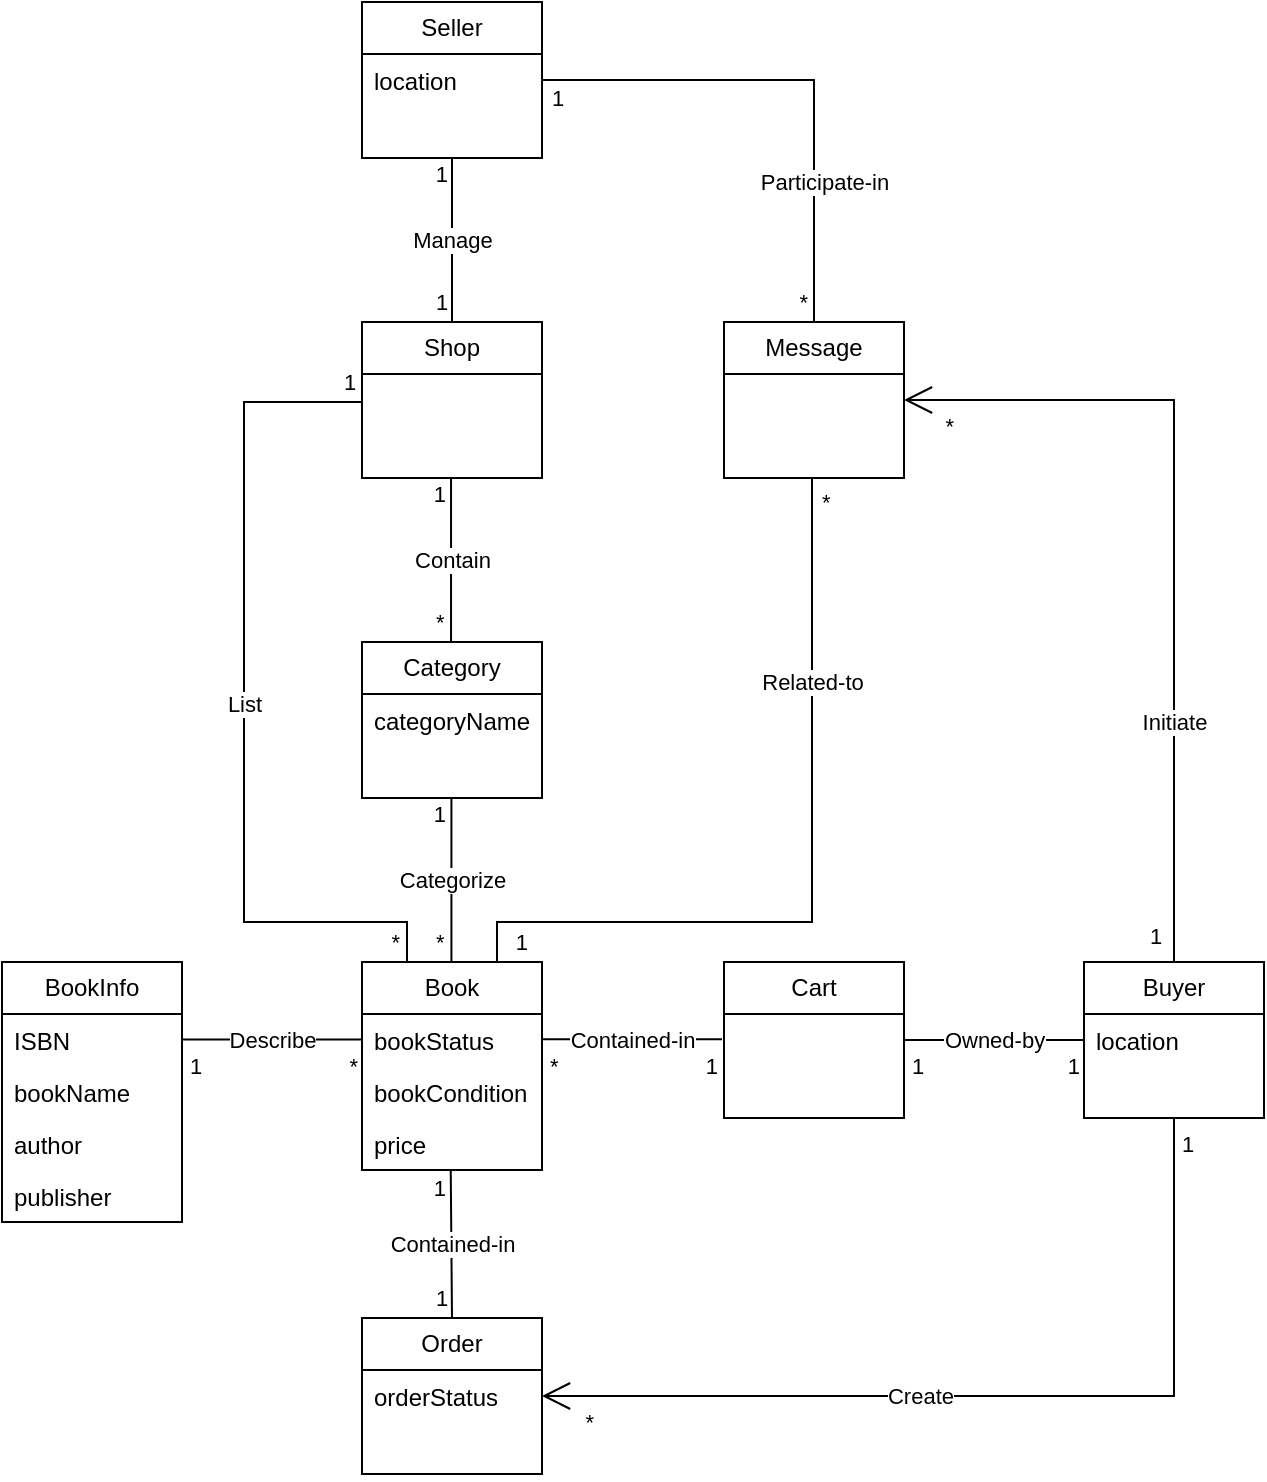
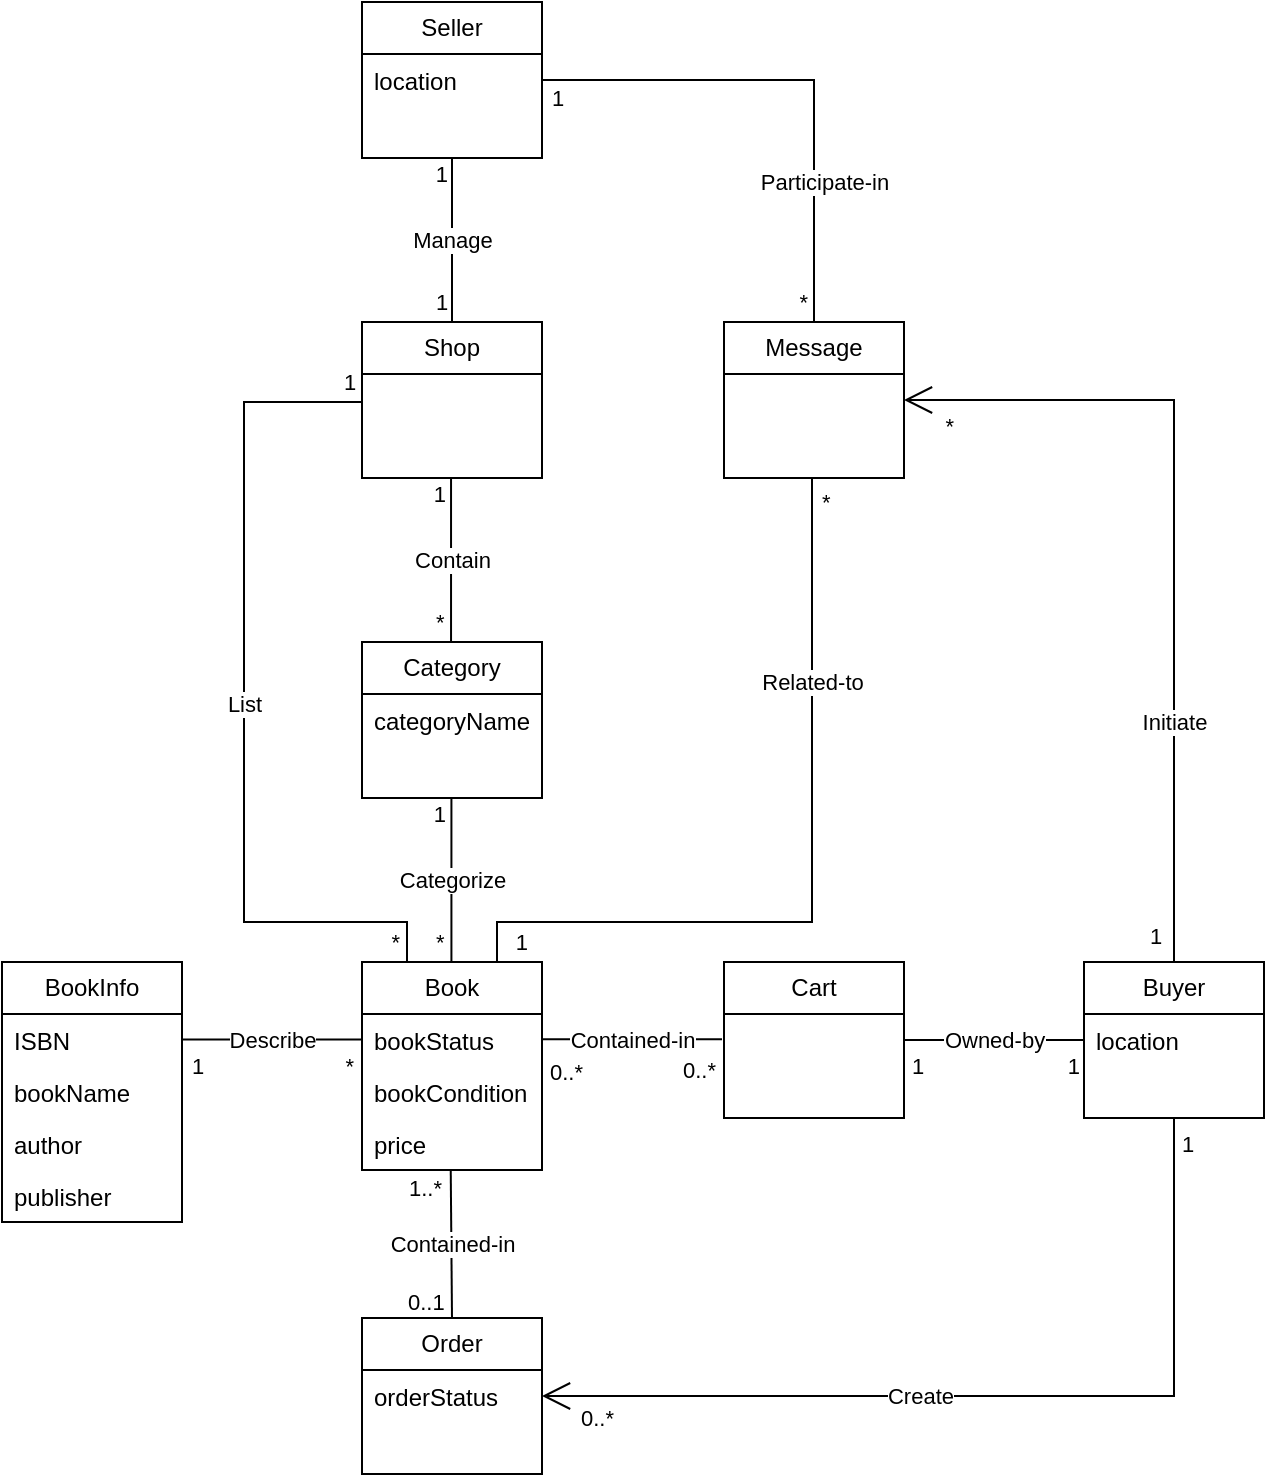
<mxfile host="app.diagrams.net">
  <diagram name="第 1 页" id="RCAoNjRS01Z3lIfcbTOO">
-     <mxGraphModel grid="1" page="1" gridSize="10" guides="1" tooltips="1" connect="1" arrows="1" fold="1" pageScale="1" pageWidth="827" pageHeight="1169" math="0" shadow="0">
+     <mxGraphModel dx="1061" dy="663" grid="1" gridSize="10" guides="1" tooltips="1" connect="1" arrows="1" fold="1" page="1" pageScale="1" pageWidth="827" pageHeight="1169" math="0" shadow="0">
      <root>
        <mxCell id="0" />
        <mxCell id="1" parent="0" />
        <mxCell id="iLEGEHv-uXXGgKctzIfk-14" parent="1" style="swimlane;fontStyle=0;childLayout=stackLayout;horizontal=1;startSize=26;fillColor=none;horizontalStack=0;resizeParent=1;resizeParentMax=0;resizeLast=0;collapsible=1;marginBottom=0;whiteSpace=wrap;html=1;container=0;" value="Buyer" vertex="1">
          <mxGeometry height="78" width="90" x="680" y="520" as="geometry" />
        </mxCell>
        <mxCell id="iLEGEHv-uXXGgKctzIfk-127" parent="iLEGEHv-uXXGgKctzIfk-14" style="text;strokeColor=none;fillColor=none;align=left;verticalAlign=top;spacingLeft=4;spacingRight=4;overflow=hidden;rotatable=0;points=[[0,0.5],[1,0.5]];portConstraint=eastwest;whiteSpace=wrap;html=1;" value="location" vertex="1">
          <mxGeometry height="26" width="90" y="26" as="geometry" />
        </mxCell>
        <mxCell id="iLEGEHv-uXXGgKctzIfk-128" parent="iLEGEHv-uXXGgKctzIfk-14" style="text;strokeColor=none;fillColor=none;align=left;verticalAlign=top;spacingLeft=4;spacingRight=4;overflow=hidden;rotatable=0;points=[[0,0.5],[1,0.5]];portConstraint=eastwest;whiteSpace=wrap;html=1;" value="&amp;nbsp;" vertex="1">
          <mxGeometry height="26" width="90" y="52" as="geometry" />
        </mxCell>
        <mxCell id="iLEGEHv-uXXGgKctzIfk-17" parent="1" style="swimlane;fontStyle=0;childLayout=stackLayout;horizontal=1;startSize=26;fillColor=none;horizontalStack=0;resizeParent=1;resizeParentMax=0;resizeLast=0;collapsible=1;marginBottom=0;whiteSpace=wrap;html=1;" value="Book" vertex="1">
          <mxGeometry height="104" width="90" x="319" y="520" as="geometry" />
        </mxCell>
        <mxCell id="iLEGEHv-uXXGgKctzIfk-18" parent="iLEGEHv-uXXGgKctzIfk-17" style="text;strokeColor=none;fillColor=none;align=left;verticalAlign=top;spacingLeft=4;spacingRight=4;overflow=hidden;rotatable=0;points=[[0,0.5],[1,0.5]];portConstraint=eastwest;whiteSpace=wrap;html=1;" value="bookStatus" vertex="1">
          <mxGeometry height="26" width="90" y="26" as="geometry" />
        </mxCell>
        <mxCell id="iLEGEHv-uXXGgKctzIfk-19" parent="iLEGEHv-uXXGgKctzIfk-17" style="text;strokeColor=none;fillColor=none;align=left;verticalAlign=top;spacingLeft=4;spacingRight=4;overflow=hidden;rotatable=0;points=[[0,0.5],[1,0.5]];portConstraint=eastwest;whiteSpace=wrap;html=1;" value="bookCondition" vertex="1">
          <mxGeometry height="26" width="90" y="52" as="geometry" />
        </mxCell>
        <mxCell id="iLEGEHv-uXXGgKctzIfk-129" parent="iLEGEHv-uXXGgKctzIfk-17" style="text;strokeColor=none;fillColor=none;align=left;verticalAlign=top;spacingLeft=4;spacingRight=4;overflow=hidden;rotatable=0;points=[[0,0.5],[1,0.5]];portConstraint=eastwest;whiteSpace=wrap;html=1;" value="price" vertex="1">
          <mxGeometry height="26" width="90" y="78" as="geometry" />
        </mxCell>
        <mxCell id="iLEGEHv-uXXGgKctzIfk-20" parent="1" style="swimlane;fontStyle=0;childLayout=stackLayout;horizontal=1;startSize=26;fillColor=none;horizontalStack=0;resizeParent=1;resizeParentMax=0;resizeLast=0;collapsible=1;marginBottom=0;whiteSpace=wrap;html=1;" value="BookInfo" vertex="1">
          <mxGeometry height="130" width="90" x="139" y="520" as="geometry" />
        </mxCell>
        <mxCell id="iLEGEHv-uXXGgKctzIfk-21" parent="iLEGEHv-uXXGgKctzIfk-20" style="text;strokeColor=none;fillColor=none;align=left;verticalAlign=top;spacingLeft=4;spacingRight=4;overflow=hidden;rotatable=0;points=[[0,0.5],[1,0.5]];portConstraint=eastwest;whiteSpace=wrap;html=1;" value="ISBN" vertex="1">
          <mxGeometry height="26" width="90" y="26" as="geometry" />
        </mxCell>
        <mxCell id="iLEGEHv-uXXGgKctzIfk-22" parent="iLEGEHv-uXXGgKctzIfk-20" style="text;strokeColor=none;fillColor=none;align=left;verticalAlign=top;spacingLeft=4;spacingRight=4;overflow=hidden;rotatable=0;points=[[0,0.5],[1,0.5]];portConstraint=eastwest;whiteSpace=wrap;html=1;" value="bookName" vertex="1">
          <mxGeometry height="26" width="90" y="52" as="geometry" />
        </mxCell>
        <mxCell id="iLEGEHv-uXXGgKctzIfk-130" parent="iLEGEHv-uXXGgKctzIfk-20" style="text;strokeColor=none;fillColor=none;align=left;verticalAlign=top;spacingLeft=4;spacingRight=4;overflow=hidden;rotatable=0;points=[[0,0.5],[1,0.5]];portConstraint=eastwest;whiteSpace=wrap;html=1;" value="author" vertex="1">
          <mxGeometry height="26" width="90" y="78" as="geometry" />
        </mxCell>
        <mxCell id="iLEGEHv-uXXGgKctzIfk-131" parent="iLEGEHv-uXXGgKctzIfk-20" style="text;strokeColor=none;fillColor=none;align=left;verticalAlign=top;spacingLeft=4;spacingRight=4;overflow=hidden;rotatable=0;points=[[0,0.5],[1,0.5]];portConstraint=eastwest;whiteSpace=wrap;html=1;" value="publisher" vertex="1">
          <mxGeometry height="26" width="90" y="104" as="geometry" />
        </mxCell>
        <mxCell id="iLEGEHv-uXXGgKctzIfk-23" parent="1" style="swimlane;fontStyle=0;childLayout=stackLayout;horizontal=1;startSize=26;fillColor=none;horizontalStack=0;resizeParent=1;resizeParentMax=0;resizeLast=0;collapsible=1;marginBottom=0;whiteSpace=wrap;html=1;" value="Message" vertex="1">
          <mxGeometry height="78" width="90" x="500" y="200" as="geometry" />
        </mxCell>
        <mxCell id="iLEGEHv-uXXGgKctzIfk-24" parent="iLEGEHv-uXXGgKctzIfk-23" style="text;strokeColor=none;fillColor=none;align=left;verticalAlign=top;spacingLeft=4;spacingRight=4;overflow=hidden;rotatable=0;points=[[0,0.5],[1,0.5]];portConstraint=eastwest;whiteSpace=wrap;html=1;" value="&amp;nbsp;" vertex="1">
          <mxGeometry height="26" width="90" y="26" as="geometry" />
        </mxCell>
        <mxCell id="iLEGEHv-uXXGgKctzIfk-25" parent="iLEGEHv-uXXGgKctzIfk-23" style="text;strokeColor=none;fillColor=none;align=left;verticalAlign=top;spacingLeft=4;spacingRight=4;overflow=hidden;rotatable=0;points=[[0,0.5],[1,0.5]];portConstraint=eastwest;whiteSpace=wrap;html=1;" value="&amp;nbsp;" vertex="1">
          <mxGeometry height="26" width="90" y="52" as="geometry" />
        </mxCell>
        <mxCell id="iLEGEHv-uXXGgKctzIfk-26" parent="1" style="swimlane;fontStyle=0;childLayout=stackLayout;horizontal=1;startSize=26;fillColor=none;horizontalStack=0;resizeParent=1;resizeParentMax=0;resizeLast=0;collapsible=1;marginBottom=0;whiteSpace=wrap;html=1;" value="Shop" vertex="1">
          <mxGeometry height="78" width="90" x="319" y="200" as="geometry" />
        </mxCell>
        <mxCell id="iLEGEHv-uXXGgKctzIfk-27" parent="iLEGEHv-uXXGgKctzIfk-26" style="text;strokeColor=none;fillColor=none;align=left;verticalAlign=top;spacingLeft=4;spacingRight=4;overflow=hidden;rotatable=0;points=[[0,0.5],[1,0.5]];portConstraint=eastwest;whiteSpace=wrap;html=1;" value="&amp;nbsp;" vertex="1">
          <mxGeometry height="26" width="90" y="26" as="geometry" />
        </mxCell>
        <mxCell id="iLEGEHv-uXXGgKctzIfk-28" parent="iLEGEHv-uXXGgKctzIfk-26" style="text;strokeColor=none;fillColor=none;align=left;verticalAlign=top;spacingLeft=4;spacingRight=4;overflow=hidden;rotatable=0;points=[[0,0.5],[1,0.5]];portConstraint=eastwest;whiteSpace=wrap;html=1;" value="&amp;nbsp;" vertex="1">
          <mxGeometry height="26" width="90" y="52" as="geometry" />
        </mxCell>
        <mxCell id="iLEGEHv-uXXGgKctzIfk-29" parent="1" style="swimlane;fontStyle=0;childLayout=stackLayout;horizontal=1;startSize=26;fillColor=none;horizontalStack=0;resizeParent=1;resizeParentMax=0;resizeLast=0;collapsible=1;marginBottom=0;whiteSpace=wrap;html=1;" value="Category" vertex="1">
          <mxGeometry height="78" width="90" x="319" y="360" as="geometry" />
        </mxCell>
        <mxCell id="iLEGEHv-uXXGgKctzIfk-30" parent="iLEGEHv-uXXGgKctzIfk-29" style="text;strokeColor=none;fillColor=none;align=left;verticalAlign=top;spacingLeft=4;spacingRight=4;overflow=hidden;rotatable=0;points=[[0,0.5],[1,0.5]];portConstraint=eastwest;whiteSpace=wrap;html=1;" value="categoryName" vertex="1">
          <mxGeometry height="26" width="90" y="26" as="geometry" />
        </mxCell>
        <mxCell id="iLEGEHv-uXXGgKctzIfk-31" parent="iLEGEHv-uXXGgKctzIfk-29" style="text;strokeColor=none;fillColor=none;align=left;verticalAlign=top;spacingLeft=4;spacingRight=4;overflow=hidden;rotatable=0;points=[[0,0.5],[1,0.5]];portConstraint=eastwest;whiteSpace=wrap;html=1;" value="&amp;nbsp;" vertex="1">
          <mxGeometry height="26" width="90" y="52" as="geometry" />
        </mxCell>
        <mxCell id="iLEGEHv-uXXGgKctzIfk-32" parent="1" style="swimlane;fontStyle=0;childLayout=stackLayout;horizontal=1;startSize=26;fillColor=none;horizontalStack=0;resizeParent=1;resizeParentMax=0;resizeLast=0;collapsible=1;marginBottom=0;whiteSpace=wrap;html=1;" value="Cart" vertex="1">
          <mxGeometry height="78" width="90" x="500" y="520" as="geometry" />
        </mxCell>
        <mxCell id="iLEGEHv-uXXGgKctzIfk-33" parent="iLEGEHv-uXXGgKctzIfk-32" style="text;strokeColor=none;fillColor=none;align=left;verticalAlign=top;spacingLeft=4;spacingRight=4;overflow=hidden;rotatable=0;points=[[0,0.5],[1,0.5]];portConstraint=eastwest;whiteSpace=wrap;html=1;" value="&amp;nbsp;" vertex="1">
          <mxGeometry height="26" width="90" y="26" as="geometry" />
        </mxCell>
        <mxCell id="iLEGEHv-uXXGgKctzIfk-34" parent="iLEGEHv-uXXGgKctzIfk-32" style="text;strokeColor=none;fillColor=none;align=left;verticalAlign=top;spacingLeft=4;spacingRight=4;overflow=hidden;rotatable=0;points=[[0,0.5],[1,0.5]];portConstraint=eastwest;whiteSpace=wrap;html=1;" value="&amp;nbsp;" vertex="1">
          <mxGeometry height="26" width="90" y="52" as="geometry" />
        </mxCell>
        <mxCell id="iLEGEHv-uXXGgKctzIfk-35" parent="1" style="swimlane;fontStyle=0;childLayout=stackLayout;horizontal=1;startSize=26;fillColor=none;horizontalStack=0;resizeParent=1;resizeParentMax=0;resizeLast=0;collapsible=1;marginBottom=0;whiteSpace=wrap;html=1;" value="Order" vertex="1">
          <mxGeometry height="78" width="90" x="319" y="698" as="geometry" />
        </mxCell>
        <mxCell id="iLEGEHv-uXXGgKctzIfk-36" parent="iLEGEHv-uXXGgKctzIfk-35" style="text;strokeColor=none;fillColor=none;align=left;verticalAlign=top;spacingLeft=4;spacingRight=4;overflow=hidden;rotatable=0;points=[[0,0.5],[1,0.5]];portConstraint=eastwest;whiteSpace=wrap;html=1;" value="orderStatus" vertex="1">
          <mxGeometry height="26" width="90" y="26" as="geometry" />
        </mxCell>
        <mxCell id="iLEGEHv-uXXGgKctzIfk-37" parent="iLEGEHv-uXXGgKctzIfk-35" style="text;strokeColor=none;fillColor=none;align=left;verticalAlign=top;spacingLeft=4;spacingRight=4;overflow=hidden;rotatable=0;points=[[0,0.5],[1,0.5]];portConstraint=eastwest;whiteSpace=wrap;html=1;" value="&amp;nbsp;" vertex="1">
          <mxGeometry height="26" width="90" y="52" as="geometry" />
        </mxCell>
        <mxCell id="iLEGEHv-uXXGgKctzIfk-10" parent="1" style="swimlane;fontStyle=0;childLayout=stackLayout;horizontal=1;startSize=26;fillColor=none;horizontalStack=0;resizeParent=1;resizeParentMax=0;resizeLast=0;collapsible=1;marginBottom=0;whiteSpace=wrap;html=1;movable=1;resizable=1;rotatable=1;deletable=1;editable=1;locked=0;connectable=1;container=0;" value="Seller" vertex="1">
          <mxGeometry height="78" width="90" x="319" y="40" as="geometry" />
        </mxCell>
        <mxCell id="iLEGEHv-uXXGgKctzIfk-11" parent="iLEGEHv-uXXGgKctzIfk-10" style="text;strokeColor=none;fillColor=none;align=left;verticalAlign=top;spacingLeft=4;spacingRight=4;overflow=hidden;rotatable=1;points=[[0,0.5],[1,0.5]];portConstraint=eastwest;whiteSpace=wrap;html=1;movable=1;resizable=1;deletable=1;editable=1;locked=0;connectable=1;container=0;" value="location" vertex="1">
          <mxGeometry height="26" width="90" y="26" as="geometry" />
        </mxCell>
        <mxCell id="iLEGEHv-uXXGgKctzIfk-39" parent="iLEGEHv-uXXGgKctzIfk-10" style="text;strokeColor=none;fillColor=none;align=left;verticalAlign=top;spacingLeft=4;spacingRight=4;overflow=hidden;rotatable=1;points=[[0,0.5],[1,0.5]];portConstraint=eastwest;whiteSpace=wrap;html=1;movable=1;resizable=1;deletable=1;editable=1;locked=0;connectable=1;container=0;" value="&amp;nbsp;" vertex="1">
          <mxGeometry height="26" width="90" y="52" as="geometry" />
        </mxCell>
        <mxCell id="iLEGEHv-uXXGgKctzIfk-87" edge="1" parent="1" source="iLEGEHv-uXXGgKctzIfk-26" style="endArrow=none;html=1;endSize=12;startArrow=none;startSize=14;startFill=0;rounded=0;endFill=0;exitX=0.5;exitY=0;exitDx=0;exitDy=0;" target="iLEGEHv-uXXGgKctzIfk-39" value="Manage">
          <mxGeometry relative="1" as="geometry">
            <mxPoint x="250" y="160" as="sourcePoint" />
            <mxPoint x="410" y="160" as="targetPoint" />
          </mxGeometry>
        </mxCell>
        <mxCell id="iLEGEHv-uXXGgKctzIfk-88" connectable="0" parent="iLEGEHv-uXXGgKctzIfk-87" style="edgeLabel;resizable=0;html=1;align=left;verticalAlign=top;" value="1" vertex="1">
          <mxGeometry relative="1" x="-1" as="geometry">
            <mxPoint x="-10" y="-23" as="offset" />
          </mxGeometry>
        </mxCell>
        <mxCell id="iLEGEHv-uXXGgKctzIfk-89" connectable="0" parent="iLEGEHv-uXXGgKctzIfk-87" style="edgeLabel;resizable=0;html=1;align=right;verticalAlign=top;" value="1" vertex="1">
          <mxGeometry relative="1" x="1" as="geometry">
            <mxPoint x="-2" y="-5" as="offset" />
          </mxGeometry>
        </mxCell>
        <mxCell id="iLEGEHv-uXXGgKctzIfk-90" edge="1" parent="1" style="endArrow=none;html=1;endSize=12;startArrow=none;startSize=14;startFill=0;rounded=0;endFill=0;exitX=0.5;exitY=0;exitDx=0;exitDy=0;" value="Contain">
          <mxGeometry relative="1" as="geometry">
            <mxPoint x="363.52" y="360" as="sourcePoint" />
            <mxPoint x="363.52" y="278" as="targetPoint" />
          </mxGeometry>
        </mxCell>
        <mxCell id="iLEGEHv-uXXGgKctzIfk-91" connectable="0" parent="iLEGEHv-uXXGgKctzIfk-90" style="edgeLabel;resizable=0;html=1;align=left;verticalAlign=top;" value="*" vertex="1">
          <mxGeometry relative="1" x="-1" as="geometry">
            <mxPoint x="-10" y="-23" as="offset" />
          </mxGeometry>
        </mxCell>
        <mxCell id="iLEGEHv-uXXGgKctzIfk-92" connectable="0" parent="iLEGEHv-uXXGgKctzIfk-90" style="edgeLabel;resizable=0;html=1;align=right;verticalAlign=top;" value="1" vertex="1">
          <mxGeometry relative="1" x="1" as="geometry">
            <mxPoint x="-2" y="-5" as="offset" />
          </mxGeometry>
        </mxCell>
        <mxCell id="iLEGEHv-uXXGgKctzIfk-93" edge="1" parent="1" style="endArrow=none;html=1;endSize=12;startArrow=none;startSize=14;startFill=0;rounded=0;endFill=0;exitX=0.5;exitY=0;exitDx=0;exitDy=0;" value="Categorize">
          <mxGeometry relative="1" as="geometry">
            <mxPoint x="363.71" y="520" as="sourcePoint" />
            <mxPoint x="363.71" y="438" as="targetPoint" />
          </mxGeometry>
        </mxCell>
        <mxCell id="iLEGEHv-uXXGgKctzIfk-94" connectable="0" parent="iLEGEHv-uXXGgKctzIfk-93" style="edgeLabel;resizable=0;html=1;align=left;verticalAlign=top;" value="*" vertex="1">
          <mxGeometry relative="1" x="-1" as="geometry">
            <mxPoint x="-10" y="-23" as="offset" />
          </mxGeometry>
        </mxCell>
        <mxCell id="iLEGEHv-uXXGgKctzIfk-95" connectable="0" parent="iLEGEHv-uXXGgKctzIfk-93" style="edgeLabel;resizable=0;html=1;align=right;verticalAlign=top;" value="1" vertex="1">
          <mxGeometry relative="1" x="1" as="geometry">
            <mxPoint x="-2" y="-5" as="offset" />
          </mxGeometry>
        </mxCell>
        <mxCell id="iLEGEHv-uXXGgKctzIfk-96" edge="1" parent="1" source="iLEGEHv-uXXGgKctzIfk-35" style="endArrow=none;html=1;endSize=12;startArrow=none;startSize=14;startFill=0;rounded=0;endFill=0;exitX=0.5;exitY=0;exitDx=0;exitDy=0;entryX=0.493;entryY=1.015;entryDx=0;entryDy=0;entryPerimeter=0;" target="iLEGEHv-uXXGgKctzIfk-129" value="Contained-in">
          <mxGeometry relative="1" as="geometry">
            <mxPoint x="363.5" y="680" as="sourcePoint" />
            <mxPoint x="364" y="630" as="targetPoint" />
          </mxGeometry>
        </mxCell>
-         <mxCell id="iLEGEHv-uXXGgKctzIfk-97" connectable="0" parent="iLEGEHv-uXXGgKctzIfk-96" style="edgeLabel;resizable=0;html=1;align=left;verticalAlign=top;" value="1" vertex="1">
-           <mxGeometry relative="1" x="-1" as="geometry">
-             <mxPoint x="-10" y="-23" as="offset" />
-           </mxGeometry>
-         </mxCell>
-         <mxCell id="iLEGEHv-uXXGgKctzIfk-98" connectable="0" parent="iLEGEHv-uXXGgKctzIfk-96" style="edgeLabel;resizable=0;html=1;align=right;verticalAlign=top;" value="1" vertex="1">
-           <mxGeometry relative="1" x="1" as="geometry">
-             <mxPoint x="-2" y="-5" as="offset" />
+         <mxCell id="iLEGEHv-uXXGgKctzIfk-97" connectable="0" parent="iLEGEHv-uXXGgKctzIfk-96" style="edgeLabel;resizable=0;html=1;align=left;verticalAlign=top;" value="0..1" vertex="1">
+           <mxGeometry relative="1" x="-1" as="geometry">
+             <mxPoint x="-24" y="-21" as="offset" />
+           </mxGeometry>
+         </mxCell>
+         <mxCell id="iLEGEHv-uXXGgKctzIfk-98" connectable="0" parent="iLEGEHv-uXXGgKctzIfk-96" style="edgeLabel;resizable=0;html=1;align=right;verticalAlign=top;" value="1..*" vertex="1">
+           <mxGeometry relative="1" x="1" as="geometry">
+             <mxPoint x="-4" y="-5" as="offset" />
          </mxGeometry>
        </mxCell>
        <mxCell id="iLEGEHv-uXXGgKctzIfk-99" edge="1" parent="1" source="iLEGEHv-uXXGgKctzIfk-33" style="endArrow=none;html=1;endSize=12;startArrow=none;startSize=12;startFill=0;rounded=0;entryX=0;entryY=0.5;entryDx=0;entryDy=0;exitX=1;exitY=0.5;exitDx=0;exitDy=0;endFill=0;" target="iLEGEHv-uXXGgKctzIfk-14" value="Owned-by">
          <mxGeometry relative="1" as="geometry">
            <mxPoint x="630" y="570" as="sourcePoint" />
            <mxPoint x="670" y="560" as="targetPoint" />
          </mxGeometry>
        </mxCell>
        <mxCell id="iLEGEHv-uXXGgKctzIfk-100" connectable="0" parent="iLEGEHv-uXXGgKctzIfk-99" style="edgeLabel;resizable=0;html=1;align=left;verticalAlign=top;" value="1" vertex="1">
          <mxGeometry relative="1" x="-1" as="geometry">
            <mxPoint x="2" as="offset" />
          </mxGeometry>
        </mxCell>
        <mxCell id="iLEGEHv-uXXGgKctzIfk-101" connectable="0" parent="iLEGEHv-uXXGgKctzIfk-99" style="edgeLabel;resizable=0;html=1;align=right;verticalAlign=top;" value="1" vertex="1">
          <mxGeometry relative="1" x="1" as="geometry">
            <mxPoint x="-2" as="offset" />
          </mxGeometry>
        </mxCell>
        <mxCell id="iLEGEHv-uXXGgKctzIfk-102" edge="1" parent="1" style="endArrow=none;html=1;endSize=12;startArrow=none;startSize=12;startFill=0;rounded=0;entryX=0;entryY=0.5;entryDx=0;entryDy=0;exitX=1;exitY=0.5;exitDx=0;exitDy=0;endFill=0;" value="Contained-in">
          <mxGeometry relative="1" as="geometry">
            <mxPoint x="409" y="558.68" as="sourcePoint" />
            <mxPoint x="499" y="558.68" as="targetPoint" />
          </mxGeometry>
        </mxCell>
-         <mxCell id="iLEGEHv-uXXGgKctzIfk-103" connectable="0" parent="iLEGEHv-uXXGgKctzIfk-102" style="edgeLabel;resizable=0;html=1;align=left;verticalAlign=top;" value="*" vertex="1">
-           <mxGeometry relative="1" x="-1" as="geometry">
-             <mxPoint x="2" as="offset" />
-           </mxGeometry>
-         </mxCell>
-         <mxCell id="iLEGEHv-uXXGgKctzIfk-104" connectable="0" parent="iLEGEHv-uXXGgKctzIfk-102" style="edgeLabel;resizable=0;html=1;align=right;verticalAlign=top;" value="1" vertex="1">
-           <mxGeometry relative="1" x="1" as="geometry">
-             <mxPoint x="-2" as="offset" />
+         <mxCell id="iLEGEHv-uXXGgKctzIfk-103" connectable="0" parent="iLEGEHv-uXXGgKctzIfk-102" style="edgeLabel;resizable=0;html=1;align=left;verticalAlign=top;" value="0..*" vertex="1">
+           <mxGeometry relative="1" x="-1" as="geometry">
+             <mxPoint x="2" y="3" as="offset" />
+           </mxGeometry>
+         </mxCell>
+         <mxCell id="iLEGEHv-uXXGgKctzIfk-104" connectable="0" parent="iLEGEHv-uXXGgKctzIfk-102" style="edgeLabel;resizable=0;html=1;align=right;verticalAlign=top;" value="0..*" vertex="1">
+           <mxGeometry relative="1" x="1" as="geometry">
+             <mxPoint x="-3" y="2" as="offset" />
          </mxGeometry>
        </mxCell>
        <mxCell id="iLEGEHv-uXXGgKctzIfk-105" edge="1" parent="1" style="endArrow=none;html=1;endSize=12;startArrow=none;startSize=12;startFill=0;rounded=0;entryX=0;entryY=0.5;entryDx=0;entryDy=0;exitX=1;exitY=0.5;exitDx=0;exitDy=0;endFill=0;" value="Describe">
          <mxGeometry relative="1" as="geometry">
            <mxPoint x="229" y="558.71" as="sourcePoint" />
            <mxPoint x="319" y="558.71" as="targetPoint" />
          </mxGeometry>
        </mxCell>
        <mxCell id="iLEGEHv-uXXGgKctzIfk-106" connectable="0" parent="iLEGEHv-uXXGgKctzIfk-105" style="edgeLabel;resizable=0;html=1;align=left;verticalAlign=top;" value="1" vertex="1">
          <mxGeometry relative="1" x="-1" as="geometry">
-             <mxPoint x="2" as="offset" />
+             <mxPoint x="3" as="offset" />
          </mxGeometry>
        </mxCell>
        <mxCell id="iLEGEHv-uXXGgKctzIfk-107" connectable="0" parent="iLEGEHv-uXXGgKctzIfk-105" style="edgeLabel;resizable=0;html=1;align=right;verticalAlign=top;" value="*" vertex="1">
          <mxGeometry relative="1" x="1" as="geometry">
-             <mxPoint x="-2" as="offset" />
+             <mxPoint x="-4" as="offset" />
          </mxGeometry>
        </mxCell>
        <mxCell id="iLEGEHv-uXXGgKctzIfk-108" edge="1" parent="1" source="iLEGEHv-uXXGgKctzIfk-14" style="endArrow=open;html=1;endSize=12;startArrow=none;startSize=14;startFill=0;edgeStyle=orthogonalEdgeStyle;rounded=0;entryX=1;entryY=0.5;entryDx=0;entryDy=0;exitX=0.5;exitY=0;exitDx=0;exitDy=0;" target="iLEGEHv-uXXGgKctzIfk-24" value="Initiate">
          <mxGeometry relative="1" x="-0.4231" as="geometry">
            <mxPoint as="offset" />
            <mxPoint x="480" y="360" as="sourcePoint" />
            <mxPoint x="640" y="360" as="targetPoint" />
          </mxGeometry>
        </mxCell>
        <mxCell id="iLEGEHv-uXXGgKctzIfk-109" connectable="0" parent="iLEGEHv-uXXGgKctzIfk-108" style="edgeLabel;resizable=0;html=1;align=left;verticalAlign=top;" value="1" vertex="1">
          <mxGeometry relative="1" x="-1" as="geometry">
            <mxPoint x="-14" y="-26" as="offset" />
          </mxGeometry>
        </mxCell>
        <mxCell id="iLEGEHv-uXXGgKctzIfk-110" connectable="0" parent="iLEGEHv-uXXGgKctzIfk-108" style="edgeLabel;resizable=0;html=1;align=right;verticalAlign=top;" value="*" vertex="1">
          <mxGeometry relative="1" x="1" as="geometry">
            <mxPoint x="25" as="offset" />
          </mxGeometry>
        </mxCell>
        <mxCell id="iLEGEHv-uXXGgKctzIfk-111" edge="1" parent="1" source="iLEGEHv-uXXGgKctzIfk-11" style="endArrow=none;html=1;endSize=12;startArrow=none;startSize=14;startFill=0;edgeStyle=orthogonalEdgeStyle;rounded=0;exitX=1;exitY=0.5;exitDx=0;exitDy=0;entryX=0.5;entryY=0;entryDx=0;entryDy=0;endFill=0;" target="iLEGEHv-uXXGgKctzIfk-23" value="Participate-in">
          <mxGeometry relative="1" x="0.4553" y="5" as="geometry">
            <mxPoint as="offset" />
            <mxPoint x="320" y="150" as="sourcePoint" />
            <mxPoint x="480" y="150" as="targetPoint" />
          </mxGeometry>
        </mxCell>
        <mxCell id="iLEGEHv-uXXGgKctzIfk-112" connectable="0" parent="iLEGEHv-uXXGgKctzIfk-111" style="edgeLabel;resizable=0;html=1;align=left;verticalAlign=top;" value="1" vertex="1">
          <mxGeometry relative="1" x="-1" as="geometry">
            <mxPoint x="3" y="-4" as="offset" />
          </mxGeometry>
        </mxCell>
        <mxCell id="iLEGEHv-uXXGgKctzIfk-113" connectable="0" parent="iLEGEHv-uXXGgKctzIfk-111" style="edgeLabel;resizable=0;html=1;align=right;verticalAlign=top;" value="*" vertex="1">
          <mxGeometry relative="1" x="1" as="geometry">
            <mxPoint x="-3" y="-23" as="offset" />
          </mxGeometry>
        </mxCell>
        <mxCell id="iLEGEHv-uXXGgKctzIfk-114" edge="1" parent="1" source="iLEGEHv-uXXGgKctzIfk-25" style="endArrow=none;html=1;endSize=12;startArrow=none;startSize=14;startFill=0;edgeStyle=orthogonalEdgeStyle;rounded=0;entryX=0.75;entryY=0;entryDx=0;entryDy=0;endFill=0;" target="iLEGEHv-uXXGgKctzIfk-17" value="Related-to">
          <mxGeometry relative="1" x="-0.4913" as="geometry">
            <mxPoint as="offset" />
            <Array as="points">
              <mxPoint x="544" y="500" />
              <mxPoint x="386" y="500" />
            </Array>
            <mxPoint x="280" y="420" as="sourcePoint" />
            <mxPoint x="440" y="420" as="targetPoint" />
          </mxGeometry>
        </mxCell>
        <mxCell id="iLEGEHv-uXXGgKctzIfk-115" connectable="0" parent="iLEGEHv-uXXGgKctzIfk-114" style="edgeLabel;resizable=0;html=1;align=left;verticalAlign=top;" value="*" vertex="1">
          <mxGeometry relative="1" x="-1" as="geometry">
            <mxPoint x="3" y="-1" as="offset" />
          </mxGeometry>
        </mxCell>
        <mxCell id="iLEGEHv-uXXGgKctzIfk-116" connectable="0" parent="iLEGEHv-uXXGgKctzIfk-114" style="edgeLabel;resizable=0;html=1;align=right;verticalAlign=top;" value="1" vertex="1">
          <mxGeometry relative="1" x="1" as="geometry">
            <mxPoint x="16" y="-23" as="offset" />
          </mxGeometry>
        </mxCell>
        <mxCell id="iLEGEHv-uXXGgKctzIfk-118" edge="1" parent="1" source="iLEGEHv-uXXGgKctzIfk-14" style="endArrow=open;html=1;endSize=12;startArrow=none;startSize=14;startFill=0;edgeStyle=orthogonalEdgeStyle;rounded=0;entryX=1;entryY=0.5;entryDx=0;entryDy=0;exitX=0.5;exitY=1;exitDx=0;exitDy=0;" target="iLEGEHv-uXXGgKctzIfk-36" value="Create">
          <mxGeometry relative="1" x="0.1716" as="geometry">
            <mxPoint as="offset" />
            <mxPoint x="180" y="530" as="sourcePoint" />
            <mxPoint x="340" y="530" as="targetPoint" />
          </mxGeometry>
        </mxCell>
        <mxCell id="iLEGEHv-uXXGgKctzIfk-119" connectable="0" parent="iLEGEHv-uXXGgKctzIfk-118" style="edgeLabel;resizable=0;html=1;align=left;verticalAlign=top;" value="1" vertex="1">
          <mxGeometry relative="1" x="-1" as="geometry">
            <mxPoint x="2" as="offset" />
          </mxGeometry>
        </mxCell>
-         <mxCell id="iLEGEHv-uXXGgKctzIfk-120" connectable="0" parent="iLEGEHv-uXXGgKctzIfk-118" style="edgeLabel;resizable=0;html=1;align=right;verticalAlign=top;" value="*" vertex="1">
-           <mxGeometry relative="1" x="1" as="geometry">
-             <mxPoint x="26" as="offset" />
+         <mxCell id="iLEGEHv-uXXGgKctzIfk-120" connectable="0" parent="iLEGEHv-uXXGgKctzIfk-118" style="edgeLabel;resizable=0;html=1;align=right;verticalAlign=top;" value="0..*" vertex="1">
+           <mxGeometry relative="1" x="1" as="geometry">
+             <mxPoint x="36" y="-2" as="offset" />
          </mxGeometry>
        </mxCell>
        <mxCell id="8RQZtJZfD3IEJj-Id6Km-1" edge="1" parent="1" source="iLEGEHv-uXXGgKctzIfk-27" style="endArrow=none;html=1;endSize=12;startArrow=none;startSize=14;startFill=0;edgeStyle=orthogonalEdgeStyle;rounded=0;entryX=0.25;entryY=0;entryDx=0;entryDy=0;endFill=0;exitX=0;exitY=0.5;exitDx=0;exitDy=0;" target="iLEGEHv-uXXGgKctzIfk-17" value="List">
          <mxGeometry relative="1" as="geometry">
            <Array as="points">
              <mxPoint x="319" y="240" />
              <mxPoint x="260" y="240" />
              <mxPoint x="260" y="500" />
              <mxPoint x="342" y="500" />
            </Array>
            <mxPoint x="180" y="280" as="sourcePoint" />
            <mxPoint x="250" y="380" as="targetPoint" />
          </mxGeometry>
        </mxCell>
        <mxCell id="8RQZtJZfD3IEJj-Id6Km-2" connectable="0" parent="8RQZtJZfD3IEJj-Id6Km-1" style="edgeLabel;resizable=0;html=1;align=left;verticalAlign=top;" value="1" vertex="1">
          <mxGeometry relative="1" x="-1" as="geometry">
            <mxPoint x="-11" y="-22" as="offset" />
          </mxGeometry>
        </mxCell>
        <mxCell id="8RQZtJZfD3IEJj-Id6Km-3" connectable="0" parent="8RQZtJZfD3IEJj-Id6Km-1" style="edgeLabel;resizable=0;html=1;align=right;verticalAlign=top;" value="*" vertex="1">
          <mxGeometry relative="1" x="1" as="geometry">
            <mxPoint x="-3" y="-23" as="offset" />
          </mxGeometry>
        </mxCell>
      </root>
    </mxGraphModel>
  </diagram>
</mxfile>
